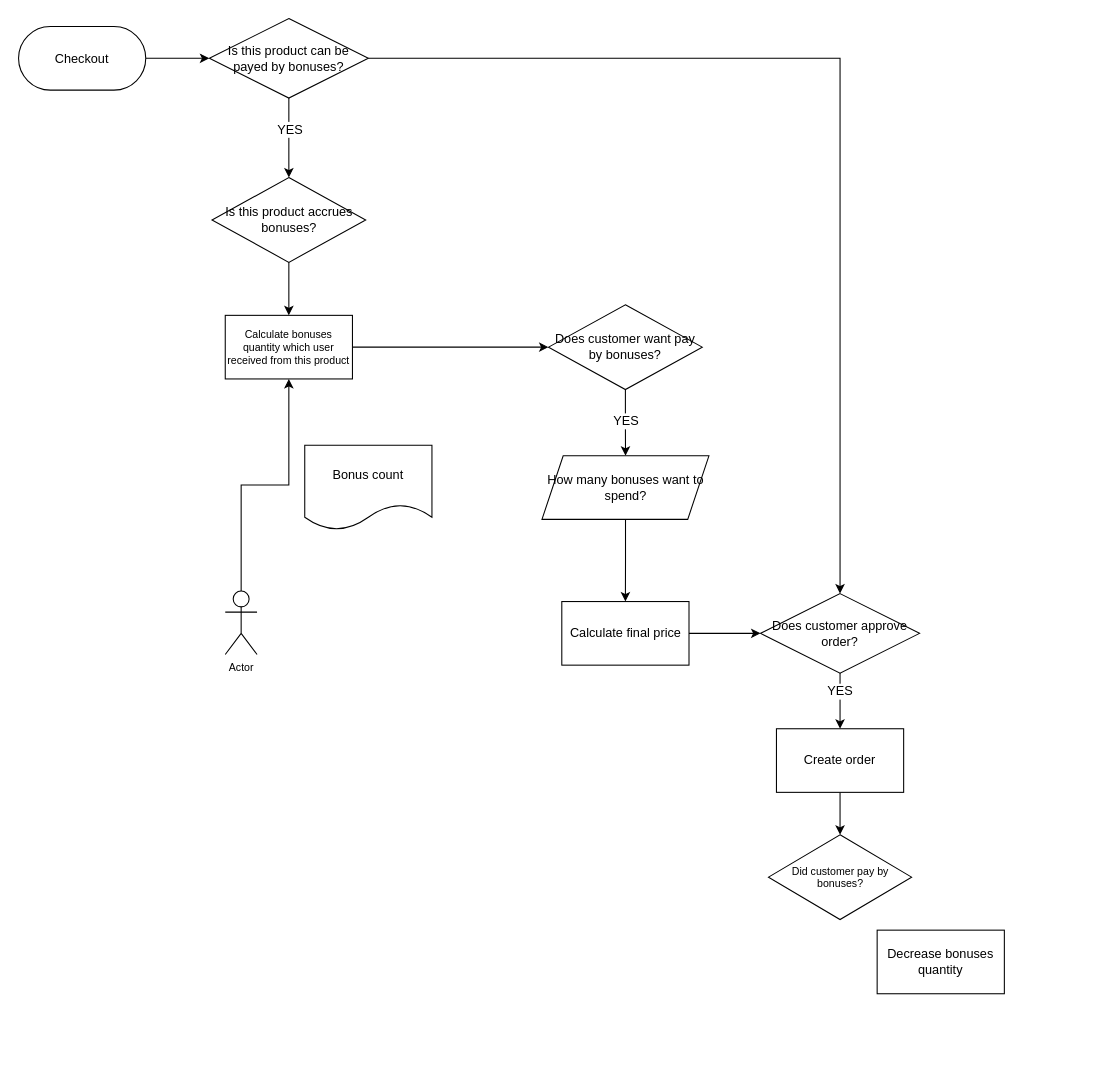
Before: block.drawio in incfl0w/drawio, a draw.io diagram. Source tidied: cells renumbered, new cells numbered last; positions are measured from the earlier drawing's top-left corner, leaving out a move shared by most shapes. Both pictures are drawn from the tidied source at 106%, with x=0, y=0 at pixel (18, 18).
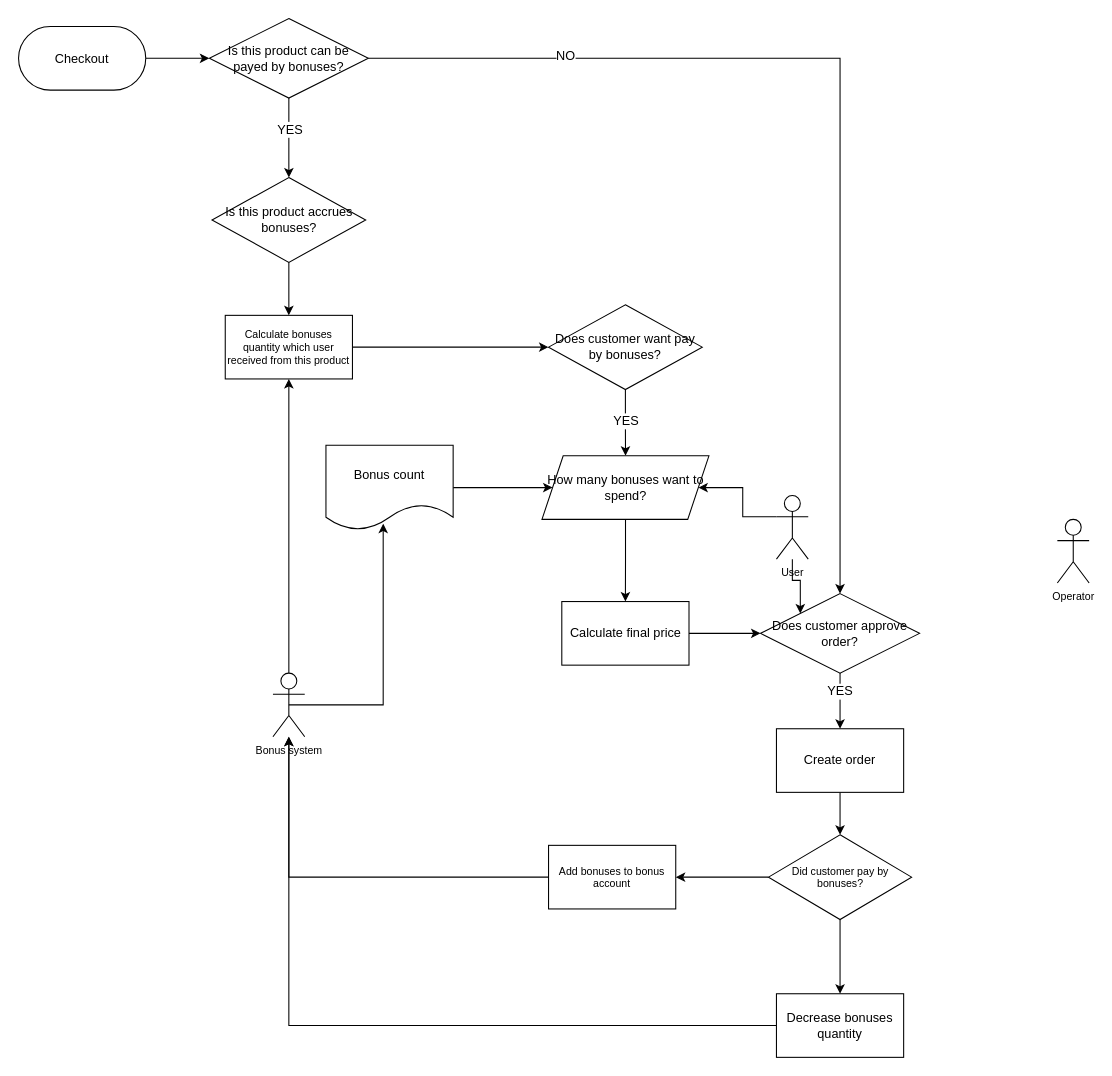
Above is the later version.

Unchanged cells that the change refers to:
```xml
<mxCell id="6" style="edgeStyle=orthogonalEdgeStyle;rounded=0;jettySize=auto;html=1;entryX=0.5;entryY=0;entryDx=0;entryDy=0;fontSize=10;" parent="1" edge="1" source="7" target="20">
  <mxGeometry relative="1" as="geometry" />
</mxCell>
<mxCell id="15" value="How many bonuses want to spend?" style="shape=parallelogram;perimeter=parallelogramPerimeter;whiteSpace=wrap;html=1;fixedSize=1;fontSize=12;" parent="1" vertex="1">
  <mxGeometry x="493.8" y="412.5" width="157.5" height="60" as="geometry" />
</mxCell>
<mxCell id="20" value="Does customer approve order?" style="rhombus;whiteSpace=wrap;html=1;fontSize=12;" parent="1" vertex="1">
  <mxGeometry x="700" y="542.5" width="150" height="75" as="geometry" />
</mxCell>
<mxCell id="28" value="Did customer pay by bonuses?" style="rhombus;whiteSpace=wrap;html=1;fontSize=10;" parent="1" vertex="1">
  <mxGeometry x="707.5" y="770" width="135" height="80" as="geometry" />
</mxCell>
```

What changed in the source:
```diff
@@
+    <mxCell id="29" value="NO" style="edgeLabel;html=1;align=center;verticalAlign=middle;fontSize=12;" parent="6" vertex="1">
+      <mxGeometry x="-0.61" y="3" relative="1" as="geometry">
+        <mxPoint y="1" as="offset" />
+      </mxGeometry>
+    </mxCell>
@@
+    <mxCell id="30" style="edgeStyle=orthogonalEdgeStyle;rounded=0;jettySize=auto;html=1;fontSize=10;" parent="1" edge="1" source="13" target="15">
+      <mxGeometry relative="1" as="geometry" />
+    </mxCell>
     <mxCell id="13" value="Bonus count" style="shape=document;whiteSpace=wrap;html=1;boundedLbl=1;fontSize=12;" parent="1" vertex="1">
-      <mxGeometry x="270" y="402.5" width="120" height="80" as="geometry" />
+      <mxGeometry x="290" y="402.5" width="120" height="80" as="geometry" />
     </mxCell>
@@
+    <mxCell id="31" style="edgeStyle=orthogonalEdgeStyle;rounded=0;jettySize=auto;html=1;exitX=0;exitY=0.5;exitDx=0;exitDy=0;fontSize=10;" parent="1" edge="1" source="23" target="27">
+      <mxGeometry relative="1" as="geometry" />
+    </mxCell>
     <mxCell id="23" value="Decrease bonuses quantity" style="rounded=0;whiteSpace=wrap;html=1;fontSize=12;" parent="1" vertex="1">
-      <mxGeometry x="810" y="860" width="120" height="60" as="geometry" />
+      <mxGeometry x="715" y="920" width="120" height="60" as="geometry" />
     </mxCell>
@@
+    <mxCell id="32" style="edgeStyle=orthogonalEdgeStyle;rounded=0;jettySize=auto;html=1;exitX=0.5;exitY=0.5;exitDx=0;exitDy=0;exitPerimeter=0;entryX=0.45;entryY=0.925;entryDx=0;entryDy=0;entryPerimeter=0;fontSize=10;" parent="1" edge="1" source="27" target="13">
+      <mxGeometry relative="1" as="geometry" />
+    </mxCell>
-    <mxCell id="27" value="Actor" style="shape=umlActor;verticalLabelPosition=bottom;verticalAlign=top;html=1;outlineConnect=0;fontSize=10;" parent="1" vertex="1">
-      <mxGeometry x="195" y="540" width="30" height="60" as="geometry" />
+    <mxCell id="27" value="Bonus system" style="shape=umlActor;verticalLabelPosition=bottom;verticalAlign=top;html=1;outlineConnect=0;fontSize=10;" parent="1" vertex="1">
+      <mxGeometry x="240" y="617.5" width="30" height="60" as="geometry" />
     </mxCell>
+    <mxCell id="33" style="edgeStyle=orthogonalEdgeStyle;rounded=0;jettySize=auto;html=1;fontSize=10;" parent="1" edge="1" source="28" target="36">
+      <mxGeometry relative="1" as="geometry" />
+    </mxCell>
+    <mxCell id="34" style="edgeStyle=orthogonalEdgeStyle;rounded=0;jettySize=auto;html=1;exitX=0.5;exitY=1;exitDx=0;exitDy=0;fontSize=10;" parent="1" edge="1" source="28" target="23">
+      <mxGeometry relative="1" as="geometry" />
+    </mxCell>
@@
+    <mxCell id="35" style="edgeStyle=orthogonalEdgeStyle;rounded=0;jettySize=auto;html=1;exitX=0;exitY=0.5;exitDx=0;exitDy=0;fontSize=10;" parent="1" edge="1" source="36" target="27">
+      <mxGeometry relative="1" as="geometry" />
+    </mxCell>
+    <mxCell id="36" value="Add bonuses to bonus account" style="whiteSpace=wrap;html=1;fontSize=10;" parent="1" vertex="1">
+      <mxGeometry x="500" y="780" width="120" height="60" as="geometry" />
+    </mxCell>
+    <mxCell id="37" value="Operator" style="shape=umlActor;verticalLabelPosition=bottom;verticalAlign=top;html=1;fontSize=10;" parent="1" vertex="1">
+      <mxGeometry x="980" y="472.5" width="30" height="60" as="geometry" />
+    </mxCell>
+    <mxCell id="38" style="edgeStyle=orthogonalEdgeStyle;rounded=0;jettySize=auto;html=1;exitX=0;exitY=0.3333333333333333;exitDx=0;exitDy=0;exitPerimeter=0;entryX=1;entryY=0.5;entryDx=0;entryDy=0;fontSize=10;" parent="1" edge="1" source="40" target="15">
+      <mxGeometry relative="1" as="geometry" />
+    </mxCell>
+    <mxCell id="39" style="edgeStyle=orthogonalEdgeStyle;rounded=0;jettySize=auto;html=1;entryX=0;entryY=0;entryDx=0;entryDy=0;fontSize=10;" parent="1" edge="1" source="40" target="20">
+      <mxGeometry relative="1" as="geometry" />
+    </mxCell>
+    <mxCell id="40" value="User" style="shape=umlActor;verticalLabelPosition=bottom;verticalAlign=top;html=1;outlineConnect=0;fontSize=10;" parent="1" vertex="1">
+      <mxGeometry x="715" y="450" width="30" height="60" as="geometry" />
+    </mxCell>
```
